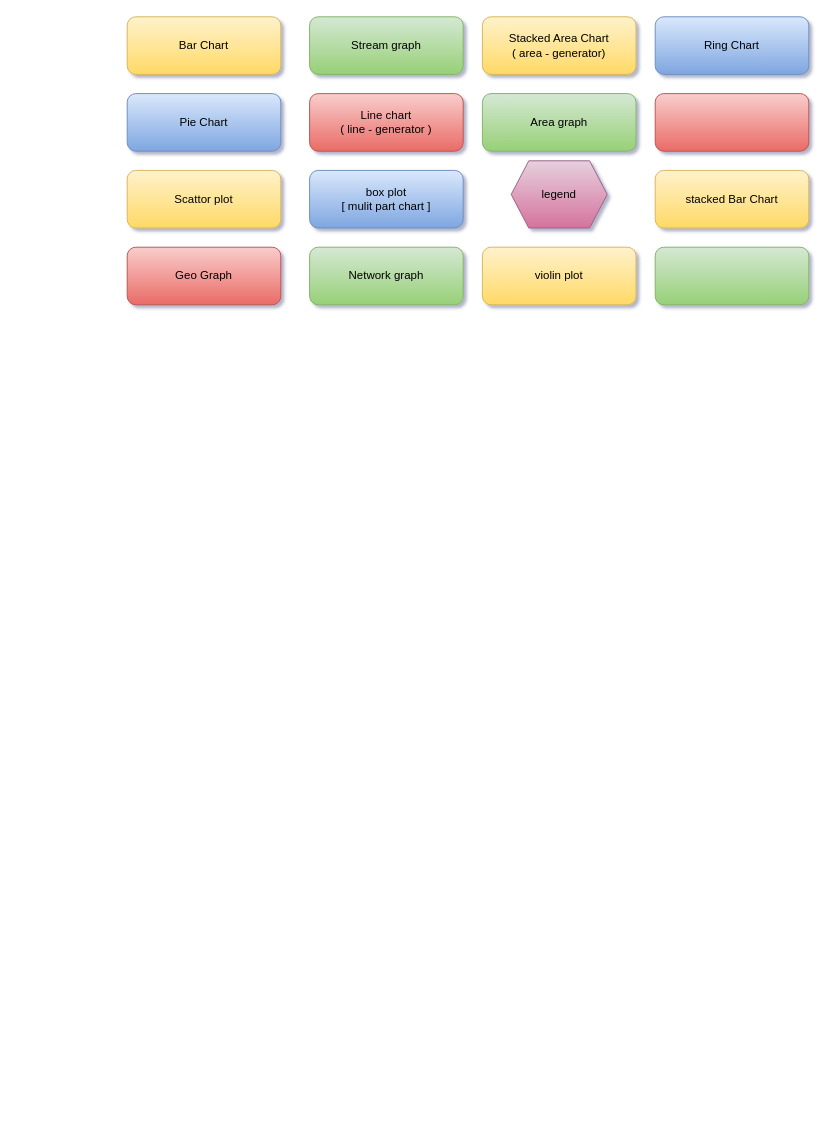
Before: page "Types of Visualization" (3 of 8) of My Articles/d3/D3 Understanding.drawio in anbarasan-raji/books, a draw.io diagram. Source tidied: cells renumbered, new cells numbered last; positions are measured from the earlier drawing's top-left corner, leaving out a move shared by most shapes. Both pictures are drawn from the tidied source at 96%, with x=0, y=0 at pixel (127, 16).
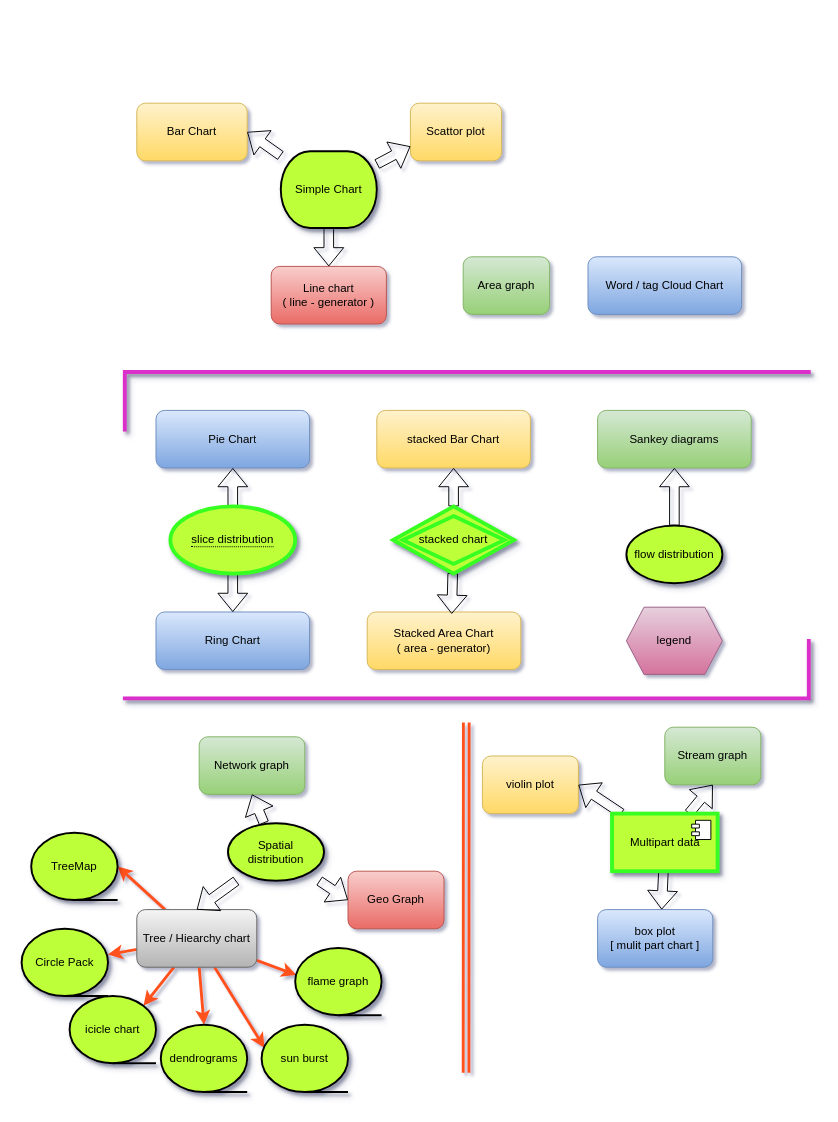
The same page after the edit.

What changed in the source:
```diff
@@
     <mxCell id="2" value="Bar Chart" style="rounded=1;whiteSpace=wrap;html=1;gradientColor=#ffd966;fillColor=#fff2cc;strokeColor=#d6b656;" parent="1" vertex="1">
-      <mxGeometry width="160" height="60" as="geometry" />
+      <mxGeometry x="10" y="90" width="115" height="60" as="geometry" />
     </mxCell>
     <mxCell id="3" value="Line chart&lt;br&gt;( line - generator )" style="rounded=1;whiteSpace=wrap;html=1;gradientColor=#ea6b66;fillColor=#f8cecc;strokeColor=#b85450;" parent="1" vertex="1">
-      <mxGeometry x="190" y="80" width="160" height="60" as="geometry" />
+      <mxGeometry x="150" y="260" width="120" height="60" as="geometry" />
     </mxCell>
     <mxCell id="4" value="Stream graph" style="rounded=1;whiteSpace=wrap;html=1;gradientColor=#97d077;fillColor=#d5e8d4;strokeColor=#82b366;" parent="1" vertex="1">
-      <mxGeometry x="190" width="160" height="60" as="geometry" />
+      <mxGeometry x="560" y="740" width="100" height="60" as="geometry" />
     </mxCell>
     <mxCell id="5" value="Scattor plot" style="rounded=1;whiteSpace=wrap;html=1;gradientColor=#ffd966;fillColor=#fff2cc;strokeColor=#d6b656;" parent="1" vertex="1">
-      <mxGeometry y="160" width="160" height="60" as="geometry" />
+      <mxGeometry x="295" y="90" width="95" height="60" as="geometry" />
     </mxCell>
     <mxCell id="6" value="Pie Chart" style="rounded=1;whiteSpace=wrap;html=1;gradientColor=#7ea6e0;fillColor=#dae8fc;strokeColor=#6c8ebf;" parent="1" vertex="1">
-      <mxGeometry y="80" width="160" height="60" as="geometry" />
+      <mxGeometry x="30" y="410" width="160" height="60" as="geometry" />
     </mxCell>
     <mxCell id="7" value="box plot &lt;br&gt;[ mulit part chart ]" style="rounded=1;whiteSpace=wrap;html=1;gradientColor=#7ea6e0;fillColor=#dae8fc;strokeColor=#6c8ebf;" parent="1" vertex="1">
-      <mxGeometry x="190" y="160" width="160" height="60" as="geometry" />
+      <mxGeometry x="490" y="930" width="120" height="60" as="geometry" />
     </mxCell>
     <mxCell id="8" value="Stacked Area Chart&lt;br&gt;( area - generator)" style="rounded=1;whiteSpace=wrap;html=1;gradientColor=#ffd966;fillColor=#fff2cc;strokeColor=#d6b656;" parent="1" vertex="1">
-      <mxGeometry x="370" width="160" height="60" as="geometry" />
+      <mxGeometry x="250" y="620" width="160" height="60" as="geometry" />
     </mxCell>
     <mxCell id="9" value="Area graph" style="rounded=1;whiteSpace=wrap;html=1;gradientColor=#97d077;fillColor=#d5e8d4;strokeColor=#82b366;" parent="1" vertex="1">
-      <mxGeometry x="370" y="80" width="160" height="60" as="geometry" />
+      <mxGeometry x="350" y="250" width="90" height="60" as="geometry" />
     </mxCell>
     <mxCell id="10" value="Network graph" style="rounded=1;whiteSpace=wrap;html=1;gradientColor=#97d077;fillColor=#d5e8d4;strokeColor=#82b366;" parent="1" vertex="1">
-      <mxGeometry x="190" y="240" width="160" height="60" as="geometry" />
+      <mxGeometry x="75" y="750" width="110" height="60" as="geometry" />
     </mxCell>
     <mxCell id="11" value="Geo Graph" style="rounded=1;whiteSpace=wrap;html=1;gradientColor=#ea6b66;fillColor=#f8cecc;strokeColor=#b85450;" parent="1" vertex="1">
-      <mxGeometry y="240" width="160" height="60" as="geometry" />
+      <mxGeometry x="230" y="890" width="100" height="60" as="geometry" />
     </mxCell>
     <mxCell id="12" value="legend" style="shape=hexagon;perimeter=hexagonPerimeter2;whiteSpace=wrap;html=1;size=0.18333333333333332;gradientColor=#d5739d;fillColor=#e6d0de;strokeColor=#996185;" parent="1" vertex="1">
-      <mxGeometry x="400" y="150" width="100" height="70" as="geometry" />
+      <mxGeometry x="520" y="615" width="100" height="70" as="geometry" />
     </mxCell>
     <mxCell id="13" value="violin plot" style="rounded=1;whiteSpace=wrap;html=1;gradientColor=#ffd966;fillColor=#fff2cc;strokeColor=#d6b656;" parent="1" vertex="1">
-      <mxGeometry x="370" y="240" width="160" height="60" as="geometry" />
+      <mxGeometry x="370" y="770" width="100" height="60" as="geometry" />
     </mxCell>
     <mxCell id="14" value="Ring Chart" style="rounded=1;whiteSpace=wrap;html=1;gradientColor=#7ea6e0;fillColor=#dae8fc;strokeColor=#6c8ebf;" parent="1" vertex="1">
-      <mxGeometry x="550" width="160" height="60" as="geometry" />
+      <mxGeometry x="30" y="620" width="160" height="60" as="geometry" />
     </mxCell>
     <mxCell id="15" value="stacked Bar Chart" style="rounded=1;whiteSpace=wrap;html=1;gradientColor=#ffd966;fillColor=#fff2cc;strokeColor=#d6b656;" parent="1" vertex="1">
-      <mxGeometry x="550" y="160" width="160" height="60" as="geometry" />
+      <mxGeometry x="260" y="410" width="160" height="60" as="geometry" />
     </mxCell>
+    <mxCell id="18" style="edgeStyle=none;rounded=0;jettySize=auto;html=1;strokeColor=#FF511C;strokeWidth=3;" parent="1" edge="1" source="16" target="49">
+      <mxGeometry relative="1" as="geometry" />
+    </mxCell>
+    <mxCell id="19" style="edgeStyle=none;rounded=0;jettySize=auto;html=1;strokeColor=#FF511C;strokeWidth=3;entryX=0.855;entryY=0.145;entryDx=0;entryDy=0;entryPerimeter=0;" parent="1" edge="1" source="16" target="50">
+      <mxGeometry relative="1" as="geometry" />
+    </mxCell>
+    <mxCell id="20" style="edgeStyle=none;rounded=0;jettySize=auto;html=1;entryX=0.5;entryY=0;entryDx=0;entryDy=0;entryPerimeter=0;strokeColor=#FF511C;strokeWidth=3;" parent="1" edge="1" source="16" target="51">
+      <mxGeometry relative="1" as="geometry" />
+    </mxCell>
+    <mxCell id="21" style="edgeStyle=none;rounded=0;jettySize=auto;html=1;entryX=0.033;entryY=0.343;entryDx=0;entryDy=0;entryPerimeter=0;strokeColor=#FF511C;strokeWidth=3;" parent="1" edge="1" source="16" target="52">
+      <mxGeometry relative="1" as="geometry" />
+    </mxCell>
+    <mxCell id="22" style="edgeStyle=none;rounded=0;jettySize=auto;html=1;entryX=0.011;entryY=0.4;entryDx=0;entryDy=0;entryPerimeter=0;strokeColor=#FF511C;strokeWidth=3;" parent="1" edge="1" source="16" target="53">
+      <mxGeometry relative="1" as="geometry" />
+    </mxCell>
+    <mxCell id="23" style="edgeStyle=none;rounded=0;jettySize=auto;html=1;entryX=1;entryY=0.5;entryDx=0;entryDy=0;entryPerimeter=0;strokeColor=#FF511C;strokeWidth=3;" parent="1" edge="1" source="16" target="54">
+      <mxGeometry relative="1" as="geometry" />
+    </mxCell>
-    <mxCell id="16" style="rounded=1;whiteSpace=wrap;html=1;gradientColor=#ea6b66;fillColor=#f8cecc;strokeColor=#b85450;" parent="1" vertex="1">
-      <mxGeometry x="550" y="80" width="160" height="60" as="geometry" />
+    <mxCell id="16" value="Tree / Hiearchy chart" style="rounded=1;whiteSpace=wrap;html=1;fillColor=#f5f5f5;strokeColor=#666666;gradientColor=#b3b3b3;" parent="1" vertex="1">
+      <mxGeometry x="10" y="930" width="125" height="60" as="geometry" />
     </mxCell>
-    <mxCell id="17" style="rounded=1;whiteSpace=wrap;html=1;gradientColor=#97d077;fillColor=#d5e8d4;strokeColor=#82b366;" parent="1" vertex="1">
-      <mxGeometry x="550" y="240" width="160" height="60" as="geometry" />
+    <mxCell id="17" value="Sankey diagrams" style="rounded=1;whiteSpace=wrap;html=1;gradientColor=#97d077;fillColor=#d5e8d4;strokeColor=#82b366;" parent="1" vertex="1">
+      <mxGeometry x="490" y="410" width="160" height="60" as="geometry" />
     </mxCell>
+    <mxCell id="24" value="Word / tag Cloud Chart" style="rounded=1;whiteSpace=wrap;html=1;gradientColor=#7ea6e0;fillColor=#dae8fc;strokeColor=#6c8ebf;" parent="1" vertex="1">
+      <mxGeometry x="480" y="250" width="160" height="60" as="geometry" />
+    </mxCell>
+    <mxCell id="25" style="shape=flexArrow;rounded=0;jettySize=auto;html=1;entryX=0.5;entryY=1;entryDx=0;entryDy=0;" parent="1" edge="1" source="28" target="10">
+      <mxGeometry relative="1" as="geometry" />
+    </mxCell>
+    <mxCell id="26" style="edgeStyle=none;shape=flexArrow;rounded=0;jettySize=auto;html=1;entryX=0.5;entryY=0;entryDx=0;entryDy=0;" parent="1" edge="1" source="28" target="16">
+      <mxGeometry relative="1" as="geometry" />
+    </mxCell>
+    <mxCell id="27" style="edgeStyle=none;shape=flexArrow;rounded=0;jettySize=auto;html=1;entryX=0;entryY=0.5;entryDx=0;entryDy=0;" parent="1" edge="1" source="28" target="11">
+      <mxGeometry relative="1" as="geometry" />
+    </mxCell>
+    <mxCell id="28" value="Spatial distribution" style="strokeWidth=2;html=1;shape=mxgraph.flowchart.start_1;whiteSpace=wrap;shadow=1;glass=0;comic=0;fillColor=#BDFF38;gradientColor=none;" parent="1" vertex="1">
+      <mxGeometry x="105" y="840" width="100" height="60" as="geometry" />
+    </mxCell>
+    <mxCell id="29" style="edgeStyle=none;shape=flexArrow;rounded=0;jettySize=auto;html=1;entryX=0.5;entryY=1;entryDx=0;entryDy=0;" parent="1" edge="1" source="30" target="17">
+      <mxGeometry relative="1" as="geometry" />
+    </mxCell>
+    <mxCell id="30" value="flow distribution" style="strokeWidth=2;html=1;shape=mxgraph.flowchart.start_1;whiteSpace=wrap;shadow=1;glass=0;comic=0;fillColor=#BDFF38;gradientColor=none;" parent="1" vertex="1">
+      <mxGeometry x="520" y="530" width="100" height="60" as="geometry" />
+    </mxCell>
+    <mxCell id="31" style="edgeStyle=none;shape=flexArrow;rounded=0;jettySize=auto;html=1;entryX=0.5;entryY=1;entryDx=0;entryDy=0;" parent="1" edge="1" source="33" target="6">
+      <mxGeometry relative="1" as="geometry" />
+    </mxCell>
+    <mxCell id="32" style="edgeStyle=none;shape=flexArrow;rounded=0;jettySize=auto;html=1;entryX=0.5;entryY=0;entryDx=0;entryDy=0;" parent="1" edge="1" source="33" target="14">
+      <mxGeometry relative="1" as="geometry" />
+    </mxCell>
+    <mxCell id="33" value="&lt;span style=&quot;border-bottom: 1px dotted&quot;&gt;slice distribution&lt;/span&gt;" style="ellipse;whiteSpace=wrap;html=1;align=center;shadow=1;glass=0;comic=0;strokeColor=#37FF21;strokeWidth=4;fillColor=#BDFF38;gradientColor=none;" parent="1" vertex="1">
+      <mxGeometry x="45" y="510" width="130" height="70" as="geometry" />
+    </mxCell>
+    <mxCell id="34" style="edgeStyle=none;shape=flexArrow;rounded=0;jettySize=auto;html=1;entryX=0.55;entryY=0.033;entryDx=0;entryDy=0;entryPerimeter=0;" parent="1" edge="1" source="36" target="8">
+      <mxGeometry relative="1" as="geometry" />
+    </mxCell>
+    <mxCell id="35" style="edgeStyle=none;shape=flexArrow;rounded=0;jettySize=auto;html=1;entryX=0.5;entryY=1;entryDx=0;entryDy=0;" parent="1" edge="1" source="36" target="15">
+      <mxGeometry relative="1" as="geometry" />
+    </mxCell>
+    <mxCell id="36" value="stacked chart" style="shape=rhombus;double=1;perimeter=rhombusPerimeter;whiteSpace=wrap;html=1;align=center;shadow=1;glass=0;comic=0;strokeColor=#37FF21;strokeWidth=4;fillColor=#BDFF38;gradientColor=none;" parent="1" vertex="1">
+      <mxGeometry x="277" y="510" width="126" height="70" as="geometry" />
+    </mxCell>
+    <mxCell id="37" style="edgeStyle=none;shape=flexArrow;rounded=0;jettySize=auto;html=1;entryX=0.5;entryY=1;entryDx=0;entryDy=0;" parent="1" edge="1" source="40" target="4">
+      <mxGeometry relative="1" as="geometry" />
+    </mxCell>
+    <mxCell id="38" style="edgeStyle=none;shape=flexArrow;rounded=0;jettySize=auto;html=1;entryX=0.556;entryY=0;entryDx=0;entryDy=0;entryPerimeter=0;" parent="1" edge="1" source="40" target="7">
+      <mxGeometry relative="1" as="geometry" />
+    </mxCell>
+    <mxCell id="39" style="edgeStyle=none;shape=flexArrow;rounded=0;jettySize=auto;html=1;entryX=1;entryY=0.5;entryDx=0;entryDy=0;" parent="1" edge="1" source="40" target="13">
+      <mxGeometry relative="1" as="geometry" />
+    </mxCell>
+    <mxCell id="40" value="Multipart data" style="html=1;shadow=1;glass=0;comic=0;strokeColor=#37FF21;strokeWidth=4;fillColor=#BDFF38;gradientColor=none;" parent="1" vertex="1">
+      <mxGeometry x="505" y="830" width="110" height="60" as="geometry" />
+    </mxCell>
+    <mxCell id="41" style="shape=component;jettyWidth=8;jettyHeight=4;" parent="40" vertex="1">
+      <mxGeometry x="1" width="20" height="20" relative="1" as="geometry">
+        <mxPoint x="-27" y="7" as="offset" />
+      </mxGeometry>
+    </mxCell>
+    <mxCell id="42" style="edgeStyle=none;shape=flexArrow;rounded=0;jettySize=auto;html=1;entryX=1;entryY=0.5;entryDx=0;entryDy=0;" parent="1" edge="1" source="45" target="2">
+      <mxGeometry relative="1" as="geometry" />
+    </mxCell>
+    <mxCell id="43" style="edgeStyle=none;shape=flexArrow;rounded=0;jettySize=auto;html=1;entryX=0.5;entryY=0;entryDx=0;entryDy=0;" parent="1" edge="1" source="45" target="3">
+      <mxGeometry relative="1" as="geometry" />
+    </mxCell>
+    <mxCell id="44" style="edgeStyle=none;shape=flexArrow;rounded=0;jettySize=auto;html=1;entryX=0;entryY=0.75;entryDx=0;entryDy=0;" parent="1" edge="1" source="45" target="5">
+      <mxGeometry relative="1" as="geometry" />
+    </mxCell>
+    <mxCell id="45" value="Simple Chart" style="strokeWidth=2;html=1;shape=mxgraph.flowchart.terminator;whiteSpace=wrap;shadow=1;glass=0;comic=0;fillColor=#BDFF38;gradientColor=none;" parent="1" vertex="1">
+      <mxGeometry x="160" y="140" width="100" height="80" as="geometry" />
+    </mxCell>
+    <mxCell id="46" style="shape=partialRectangle;whiteSpace=wrap;html=1;top=0;left=0;fillColor=none;shadow=1;glass=0;comic=0;strokeColor=#DB2ECA;strokeWidth=4;" parent="1" vertex="1">
+      <mxGeometry x="-2.5" y="650" width="712.5" height="60" as="geometry" />
+    </mxCell>
+    <mxCell id="47" style="shape=partialRectangle;whiteSpace=wrap;html=1;bottom=0;right=0;fillColor=none;shadow=1;glass=0;comic=0;strokeColor=#DB2ECA;strokeWidth=4;" parent="1" vertex="1">
+      <mxGeometry x="-2.5" y="370" width="712.5" height="60" as="geometry" />
+    </mxCell>
+    <mxCell id="48" style="shape=link;html=1;strokeColor=#FF511C;strokeWidth=3;" parent="1" edge="1">
+      <mxGeometry relative="1" as="geometry">
+        <mxPoint x="353" y="1100" as="sourcePoint" />
+        <mxPoint x="353.2" y="735" as="targetPoint" />
+      </mxGeometry>
+    </mxCell>
+    <mxCell id="49" value="Circle Pack" style="strokeWidth=2;html=1;shape=mxgraph.flowchart.sequential_data;whiteSpace=wrap;shadow=1;glass=0;comic=0;fillColor=#BDFF38;gradientColor=none;" parent="1" vertex="1">
+      <mxGeometry x="-110" y="950" width="90" height="70" as="geometry" />
+    </mxCell>
+    <mxCell id="50" value="icicle chart" style="strokeWidth=2;html=1;shape=mxgraph.flowchart.sequential_data;whiteSpace=wrap;shadow=1;glass=0;comic=0;fillColor=#BDFF38;gradientColor=none;" parent="1" vertex="1">
+      <mxGeometry x="-60" y="1020" width="90" height="70" as="geometry" />
+    </mxCell>
+    <mxCell id="51" value="dendrograms" style="strokeWidth=2;html=1;shape=mxgraph.flowchart.sequential_data;whiteSpace=wrap;shadow=1;glass=0;comic=0;fillColor=#BDFF38;gradientColor=none;" parent="1" vertex="1">
+      <mxGeometry x="35" y="1050" width="90" height="70" as="geometry" />
+    </mxCell>
+    <mxCell id="52" value="sun burst" style="strokeWidth=2;html=1;shape=mxgraph.flowchart.sequential_data;whiteSpace=wrap;shadow=1;glass=0;comic=0;fillColor=#BDFF38;gradientColor=none;" parent="1" vertex="1">
+      <mxGeometry x="140" y="1050" width="90" height="70" as="geometry" />
+    </mxCell>
+    <mxCell id="53" value="flame graph" style="strokeWidth=2;html=1;shape=mxgraph.flowchart.sequential_data;whiteSpace=wrap;shadow=1;glass=0;comic=0;fillColor=#BDFF38;gradientColor=none;" parent="1" vertex="1">
+      <mxGeometry x="175" y="970" width="90" height="70" as="geometry" />
+    </mxCell>
+    <mxCell id="54" value="TreeMap" style="strokeWidth=2;html=1;shape=mxgraph.flowchart.sequential_data;whiteSpace=wrap;shadow=1;glass=0;comic=0;fillColor=#BDFF38;gradientColor=none;" parent="1" vertex="1">
+      <mxGeometry x="-100" y="850" width="90" height="70" as="geometry" />
+    </mxCell>
```
